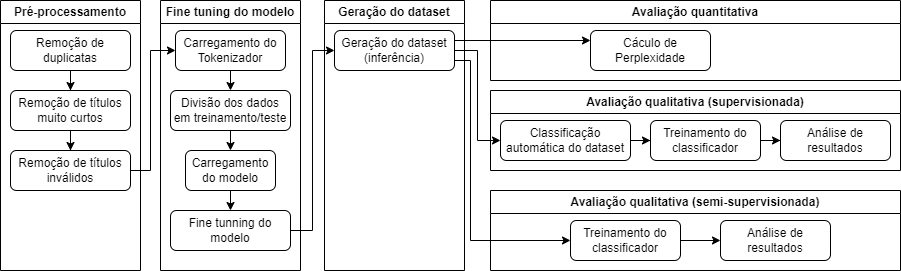
This is projetos/gerador_titulos_noticias/reports/figures/Workflow.png from teaching-FEEC/dgm-2023.2, a draw.io export, as it was before one commit. Source tidied: cells renumbered, new cells last; positions are measured from the earlier drawing's top-left corner, leaving out a move shared by most shapes. The source it was exported from:
```xml
<mxGraphModel>
  <root>
    <mxCell id="0" />
    <mxCell id="1" parent="0" />
    <mxCell id="2" value="Pré-processamento" style="swimlane;whiteSpace=wrap;html=1;" parent="1" vertex="1">
      <mxGeometry width="140" height="270" as="geometry" />
    </mxCell>
    <mxCell id="3" style="edgeStyle=orthogonalEdgeStyle;rounded=0;jettySize=auto;html=1;" parent="2" edge="1" source="4" target="6">
      <mxGeometry relative="1" as="geometry" />
    </mxCell>
    <mxCell id="4" value="Remoção de duplicatas" style="rounded=1;whiteSpace=wrap;html=1;fontSize=12;glass=0;strokeWidth=1;shadow=0;" parent="2" vertex="1">
      <mxGeometry x="10" y="30" width="120" height="40" as="geometry" />
    </mxCell>
    <mxCell id="5" style="edgeStyle=orthogonalEdgeStyle;rounded=0;jettySize=auto;html=1;" parent="2" edge="1" source="6" target="7">
      <mxGeometry relative="1" as="geometry" />
    </mxCell>
    <mxCell id="6" value="Remoção de títulos muito curtos" style="rounded=1;whiteSpace=wrap;html=1;fontSize=12;glass=0;strokeWidth=1;shadow=0;" parent="2" vertex="1">
      <mxGeometry x="10" y="90" width="120" height="40" as="geometry" />
    </mxCell>
    <mxCell id="7" value="Remoção de títulos inválidos" style="rounded=1;whiteSpace=wrap;html=1;fontSize=12;glass=0;strokeWidth=1;shadow=0;" parent="2" vertex="1">
      <mxGeometry x="10" y="150" width="120" height="40" as="geometry" />
    </mxCell>
    <mxCell id="8" value="Fine tuning do modelo" style="swimlane;whiteSpace=wrap;html=1;" parent="1" vertex="1">
      <mxGeometry x="160" width="140" height="270" as="geometry" />
    </mxCell>
    <mxCell id="9" style="edgeStyle=orthogonalEdgeStyle;rounded=0;jettySize=auto;html=1;exitX=0.5;exitY=1;exitDx=0;exitDy=0;entryX=0.5;entryY=0;entryDx=0;entryDy=0;" parent="8" edge="1" source="10" target="12">
      <mxGeometry relative="1" as="geometry" />
    </mxCell>
    <mxCell id="10" value="Carregamento do Tokenizador" style="rounded=1;whiteSpace=wrap;html=1;fontSize=12;glass=0;strokeWidth=1;shadow=0;" parent="8" vertex="1">
      <mxGeometry x="15" y="30" width="110" height="40" as="geometry" />
    </mxCell>
    <mxCell id="11" style="edgeStyle=orthogonalEdgeStyle;rounded=0;jettySize=auto;html=1;exitX=0.5;exitY=1;exitDx=0;exitDy=0;entryX=0.5;entryY=0;entryDx=0;entryDy=0;" parent="8" edge="1" source="12" target="14">
      <mxGeometry relative="1" as="geometry" />
    </mxCell>
    <mxCell id="12" value="Divisão dos dados em treinamento/teste" style="rounded=1;whiteSpace=wrap;html=1;fontSize=12;glass=0;strokeWidth=1;shadow=0;" parent="8" vertex="1">
      <mxGeometry x="10" y="90" width="120" height="40" as="geometry" />
    </mxCell>
    <mxCell id="13" style="edgeStyle=orthogonalEdgeStyle;rounded=0;jettySize=auto;html=1;exitX=0.5;exitY=1;exitDx=0;exitDy=0;entryX=0.5;entryY=0;entryDx=0;entryDy=0;" parent="8" edge="1" source="14" target="15">
      <mxGeometry relative="1" as="geometry" />
    </mxCell>
    <mxCell id="14" value="Carregamento do modelo" style="rounded=1;whiteSpace=wrap;html=1;fontSize=12;glass=0;strokeWidth=1;shadow=0;" parent="8" vertex="1">
      <mxGeometry x="25" y="150" width="90" height="40" as="geometry" />
    </mxCell>
    <mxCell id="15" value="Fine tunning do modelo" style="rounded=1;whiteSpace=wrap;html=1;" parent="8" vertex="1">
      <mxGeometry x="10" y="210" width="120" height="40" as="geometry" />
    </mxCell>
    <mxCell id="16" style="edgeStyle=orthogonalEdgeStyle;rounded=0;jettySize=auto;html=1;entryX=0;entryY=0.5;entryDx=0;entryDy=0;" parent="1" edge="1" source="7" target="10">
      <mxGeometry relative="1" as="geometry">
        <Array as="points">
          <mxPoint x="150" y="170" />
          <mxPoint x="150" y="50" />
        </Array>
      </mxGeometry>
    </mxCell>
    <mxCell id="17" value="Geração do dataset" style="swimlane;whiteSpace=wrap;html=1;" parent="1" vertex="1">
      <mxGeometry x="324" width="140" height="270" as="geometry" />
    </mxCell>
    <mxCell id="18" value="Geração do dataset (inferência)" style="whiteSpace=wrap;html=1;rounded=1;" parent="17" vertex="1">
      <mxGeometry x="10" y="30" width="120" height="40" as="geometry" />
    </mxCell>
    <mxCell id="19" value="Avaliação quantitativa" style="swimlane;whiteSpace=wrap;html=1;" parent="1" vertex="1">
      <mxGeometry x="490" width="410" height="80" as="geometry" />
    </mxCell>
    <mxCell id="20" value="Cáculo de Perplexidade" style="whiteSpace=wrap;html=1;rounded=1;" parent="19" vertex="1">
      <mxGeometry x="100" y="30" width="120" height="40" as="geometry" />
    </mxCell>
    <mxCell id="21" style="edgeStyle=orthogonalEdgeStyle;rounded=0;jettySize=auto;html=1;exitX=1;exitY=0.5;exitDx=0;exitDy=0;entryX=0;entryY=0.5;entryDx=0;entryDy=0;" parent="1" edge="1" source="15" target="18">
      <mxGeometry relative="1" as="geometry" />
    </mxCell>
    <mxCell id="22" style="edgeStyle=orthogonalEdgeStyle;rounded=0;jettySize=auto;html=1;exitX=1;exitY=0.25;exitDx=0;exitDy=0;entryX=0;entryY=0.25;entryDx=0;entryDy=0;" parent="1" edge="1" source="18" target="20">
      <mxGeometry relative="1" as="geometry" />
    </mxCell>
    <mxCell id="23" value="Avaliação qualitativa (supervisionada)" style="swimlane;whiteSpace=wrap;html=1;" parent="1" vertex="1">
      <mxGeometry x="490" y="90" width="410" height="80" as="geometry" />
    </mxCell>
    <mxCell id="24" style="edgeStyle=orthogonalEdgeStyle;rounded=0;jettySize=auto;html=1;" parent="23" edge="1" source="25" target="27">
      <mxGeometry relative="1" as="geometry" />
    </mxCell>
    <mxCell id="25" value="Classificação automática do dataset" style="whiteSpace=wrap;html=1;rounded=1;" parent="23" vertex="1">
      <mxGeometry x="10" y="30" width="130" height="40" as="geometry" />
    </mxCell>
    <mxCell id="26" style="edgeStyle=orthogonalEdgeStyle;rounded=0;jettySize=auto;html=1;" parent="23" edge="1" source="27" target="28">
      <mxGeometry relative="1" as="geometry" />
    </mxCell>
    <mxCell id="27" value="Treinamento do classificador" style="whiteSpace=wrap;html=1;rounded=1;" parent="23" vertex="1">
      <mxGeometry x="160" y="30" width="110" height="40" as="geometry" />
    </mxCell>
    <mxCell id="28" value="Análise de resultados" style="whiteSpace=wrap;html=1;rounded=1;" parent="23" vertex="1">
      <mxGeometry x="290" y="30" width="110" height="40" as="geometry" />
    </mxCell>
    <mxCell id="29" value="Avaliação qualitativa (semi-supervisionada)" style="swimlane;whiteSpace=wrap;html=1;" parent="1" vertex="1">
      <mxGeometry x="490" y="190" width="410" height="80" as="geometry" />
    </mxCell>
    <mxCell id="30" style="edgeStyle=orthogonalEdgeStyle;rounded=0;jettySize=auto;html=1;exitX=1;exitY=0.5;exitDx=0;exitDy=0;entryX=0;entryY=0.5;entryDx=0;entryDy=0;" parent="29" edge="1" source="31" target="32">
      <mxGeometry relative="1" as="geometry" />
    </mxCell>
    <mxCell id="31" value="Treinamento do classificador" style="whiteSpace=wrap;html=1;rounded=1;" parent="29" vertex="1">
      <mxGeometry x="80" y="30" width="110" height="40" as="geometry" />
    </mxCell>
    <mxCell id="32" value="Análise de resultados" style="whiteSpace=wrap;html=1;rounded=1;" parent="29" vertex="1">
      <mxGeometry x="230" y="30" width="110" height="40" as="geometry" />
    </mxCell>
    <mxCell id="33" style="edgeStyle=orthogonalEdgeStyle;rounded=0;jettySize=auto;html=1;exitX=1;exitY=0.5;exitDx=0;exitDy=0;entryX=0;entryY=0.5;entryDx=0;entryDy=0;" parent="1" edge="1" source="18" target="25">
      <mxGeometry relative="1" as="geometry" />
    </mxCell>
    <mxCell id="34" style="edgeStyle=orthogonalEdgeStyle;rounded=0;jettySize=auto;html=1;exitX=1;exitY=0.75;exitDx=0;exitDy=0;entryX=0;entryY=0.5;entryDx=0;entryDy=0;" parent="1" edge="1" source="18" target="31">
      <mxGeometry relative="1" as="geometry">
        <Array as="points">
          <mxPoint x="470" y="60" />
          <mxPoint x="470" y="240" />
        </Array>
      </mxGeometry>
    </mxCell>
  </root>
</mxGraphModel>
```
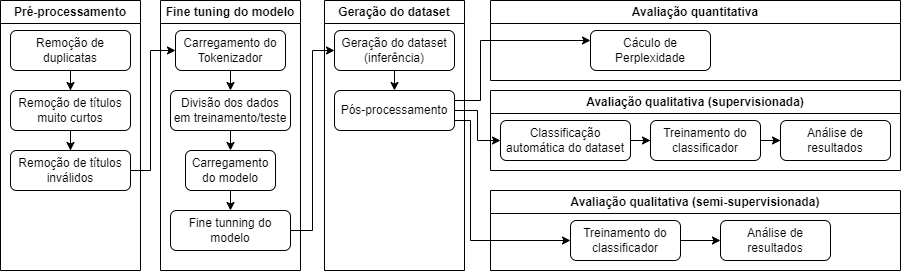
The same file after the commit.

What changed in the source:
```diff
@@ -55,9 +55,15 @@
     <mxCell id="17" value="Geração do dataset" style="swimlane;whiteSpace=wrap;html=1;" parent="1" vertex="1">
       <mxGeometry x="324" width="140" height="270" as="geometry" />
     </mxCell>
+    <mxCell id="35" style="edgeStyle=orthogonalEdgeStyle;rounded=0;jettySize=auto;html=1;exitX=0.5;exitY=1;exitDx=0;exitDy=0;entryX=0.5;entryY=0;entryDx=0;entryDy=0;" parent="17" edge="1" source="18" target="36">
+      <mxGeometry relative="1" as="geometry" />
+    </mxCell>
     <mxCell id="18" value="Geração do dataset (inferência)" style="whiteSpace=wrap;html=1;rounded=1;" parent="17" vertex="1">
       <mxGeometry x="10" y="30" width="120" height="40" as="geometry" />
     </mxCell>
+    <mxCell id="36" value="Pós-processamento" style="whiteSpace=wrap;html=1;rounded=1;" parent="17" vertex="1">
+      <mxGeometry x="10" y="90" width="120" height="40" as="geometry" />
+    </mxCell>
     <mxCell id="19" value="Avaliação quantitativa" style="swimlane;whiteSpace=wrap;html=1;" parent="1" vertex="1">
       <mxGeometry x="490" width="410" height="80" as="geometry" />
     </mxCell>
@@ -67,9 +73,6 @@
     <mxCell id="21" style="edgeStyle=orthogonalEdgeStyle;rounded=0;jettySize=auto;html=1;exitX=1;exitY=0.5;exitDx=0;exitDy=0;entryX=0;entryY=0.5;entryDx=0;entryDy=0;" parent="1" edge="1" source="15" target="18">
       <mxGeometry relative="1" as="geometry" />
     </mxCell>
-    <mxCell id="22" style="edgeStyle=orthogonalEdgeStyle;rounded=0;jettySize=auto;html=1;exitX=1;exitY=0.25;exitDx=0;exitDy=0;entryX=0;entryY=0.25;entryDx=0;entryDy=0;" parent="1" edge="1" source="18" target="20">
-      <mxGeometry relative="1" as="geometry" />
-    </mxCell>
     <mxCell id="23" value="Avaliação qualitativa (supervisionada)" style="swimlane;whiteSpace=wrap;html=1;" parent="1" vertex="1">
       <mxGeometry x="490" y="90" width="410" height="80" as="geometry" />
     </mxCell>
@@ -100,16 +103,24 @@
     <mxCell id="32" value="Análise de resultados" style="whiteSpace=wrap;html=1;rounded=1;" parent="29" vertex="1">
       <mxGeometry x="230" y="30" width="110" height="40" as="geometry" />
     </mxCell>
-    <mxCell id="33" style="edgeStyle=orthogonalEdgeStyle;rounded=0;jettySize=auto;html=1;exitX=1;exitY=0.5;exitDx=0;exitDy=0;entryX=0;entryY=0.5;entryDx=0;entryDy=0;" parent="1" edge="1" source="18" target="25">
-      <mxGeometry relative="1" as="geometry" />
-    </mxCell>
-    <mxCell id="34" style="edgeStyle=orthogonalEdgeStyle;rounded=0;jettySize=auto;html=1;exitX=1;exitY=0.75;exitDx=0;exitDy=0;entryX=0;entryY=0.5;entryDx=0;entryDy=0;" parent="1" edge="1" source="18" target="31">
-      <mxGeometry relative="1" as="geometry">
-        <Array as="points">
-          <mxPoint x="470" y="60" />
-          <mxPoint x="470" y="240" />
-        </Array>
-      </mxGeometry>
-    </mxCell>
+    <mxCell id="37" style="edgeStyle=orthogonalEdgeStyle;rounded=0;jettySize=auto;html=1;exitX=1;exitY=0.25;exitDx=0;exitDy=0;entryX=0;entryY=0.25;entryDx=0;entryDy=0;" parent="1" edge="1" source="36" target="20">
+      <mxGeometry relative="1" as="geometry">
+        <Array as="points">
+          <mxPoint x="480" y="100" />
+          <mxPoint x="480" y="40" />
+        </Array>
+      </mxGeometry>
+    </mxCell>
+    <mxCell id="38" style="edgeStyle=orthogonalEdgeStyle;rounded=0;jettySize=auto;html=1;exitX=1;exitY=0.5;exitDx=0;exitDy=0;entryX=0;entryY=0.5;entryDx=0;entryDy=0;" parent="1" edge="1" source="36" target="25">
+      <mxGeometry relative="1" as="geometry" />
+    </mxCell>
+    <mxCell id="39" style="edgeStyle=orthogonalEdgeStyle;rounded=0;jettySize=auto;html=1;exitX=1;exitY=0.75;exitDx=0;exitDy=0;entryX=0;entryY=0.5;entryDx=0;entryDy=0;" parent="1" edge="1" source="36" target="31">
+      <mxGeometry relative="1" as="geometry">
+        <Array as="points">
+          <mxPoint x="470" y="120" />
+          <mxPoint x="470" y="240" />
+        </Array>
+      </mxGeometry>
+    </mxCell>
   </root>
 </mxGraphModel>
```
